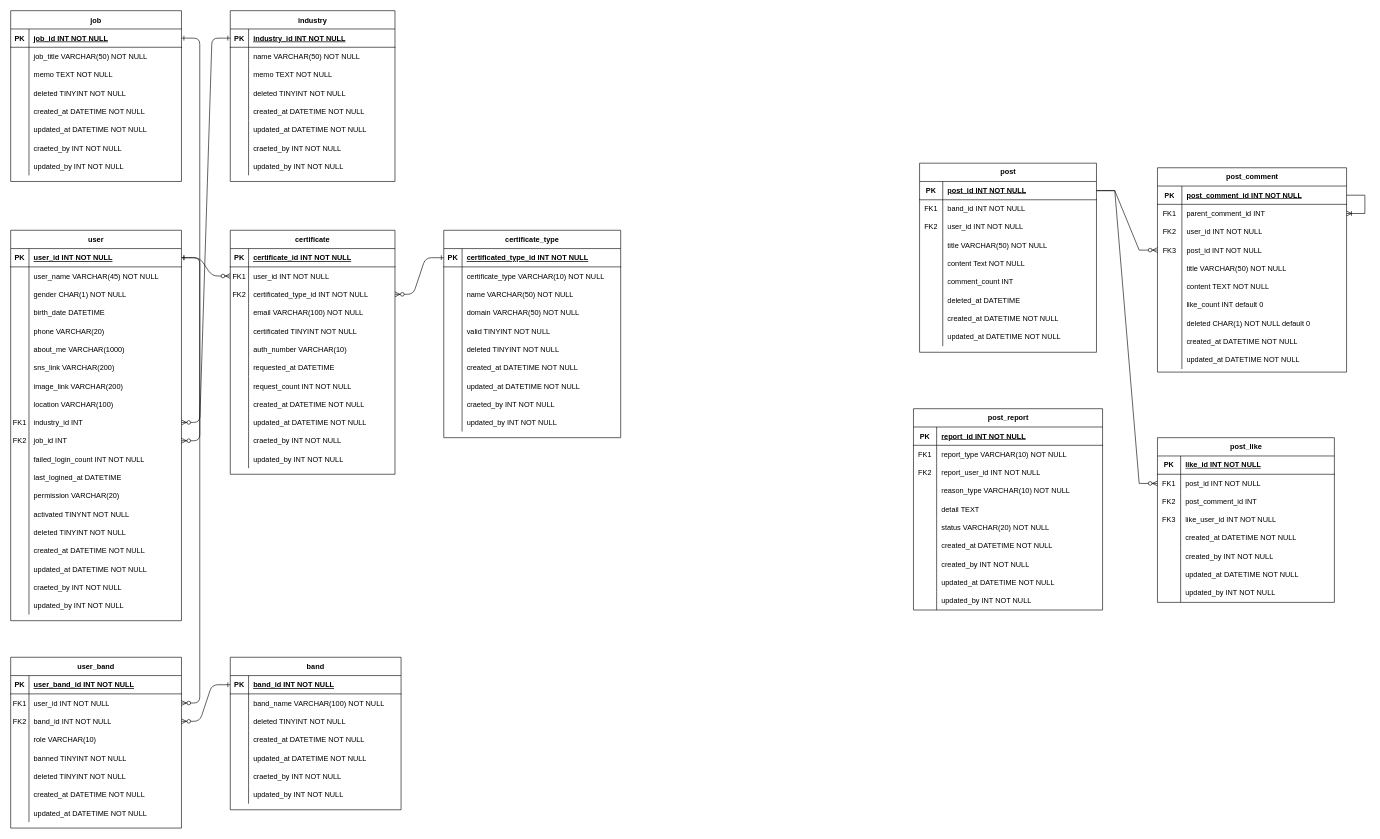
Peer-Band/Peer-Band-DB keeps this draw.io diagram as ERD.drawio. Above is the earlier version. Source tidied: cells renumbered, new cells numbered last; positions are measured from the earlier drawing's top-left corner, leaving out a move shared by most shapes. Both pictures are drawn from the tidied source at 61%, with x=0, y=0 at pixel (10, 10).
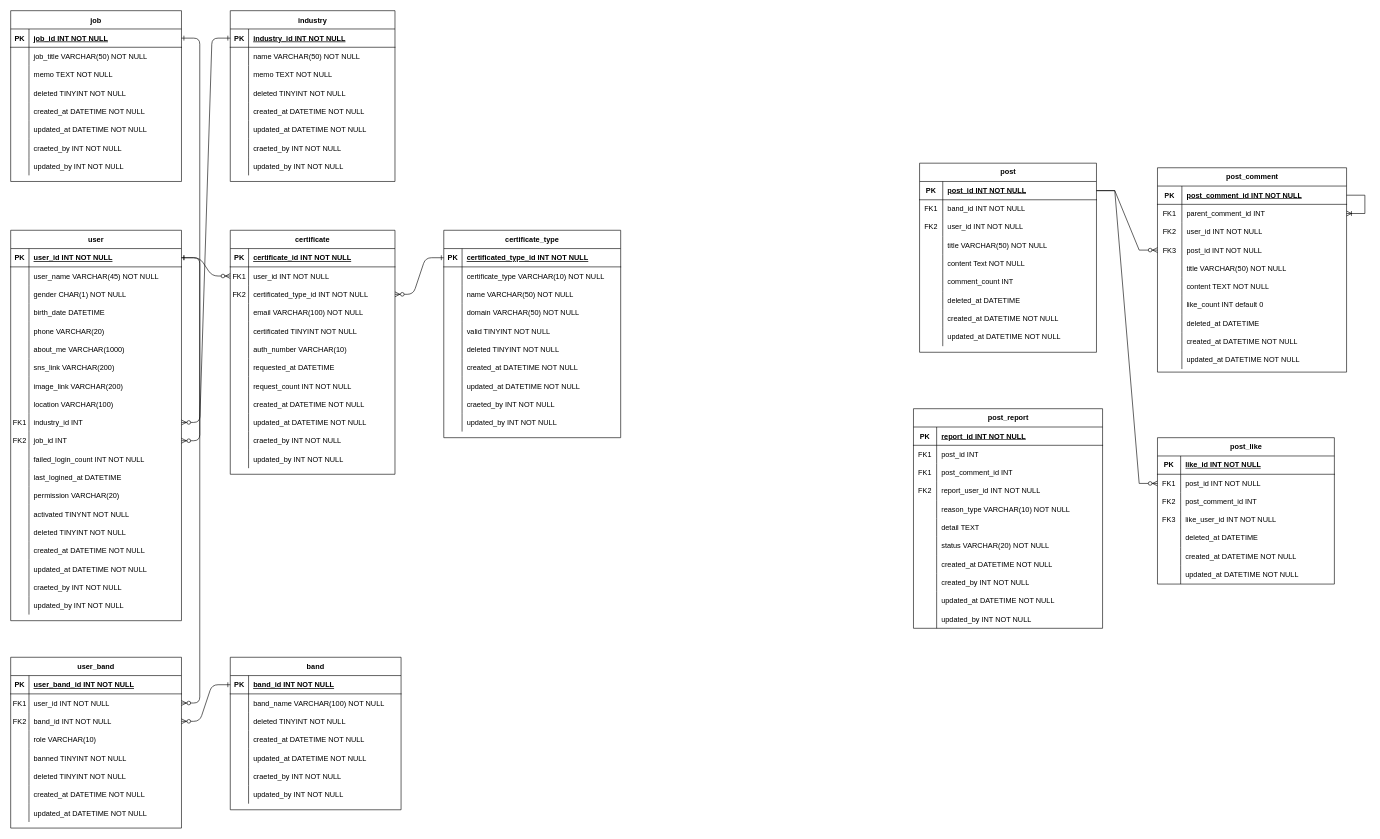
Above is the later version.

Unchanged cells that the change refers to:
```xml
<mxCell id="233" style="shape=tableRow;horizontal=0;startSize=0;swimlaneHead=0;swimlaneBody=0;fillColor=none;top=0;left=0;right=0;bottom=0;" parent="211" vertex="1">
  <mxGeometry y="240" width="310" height="30" as="geometry" />
</mxCell>
<mxCell id="248" style="shape=tableRow;horizontal=0;startSize=0;swimlaneHead=0;swimlaneBody=0;fillColor=none;top=0;left=0;right=0;bottom=0;" parent="244" vertex="1">
  <mxGeometry y="60" width="310" height="30" as="geometry" />
</mxCell>
<mxCell id="288" style="shape=tableRow;horizontal=0;startSize=0;swimlaneHead=0;swimlaneBody=0;fillColor=none;top=0;left=0;right=0;bottom=0;" parent="275" vertex="1">
  <mxGeometry y="150" width="290" height="30" as="geometry" />
</mxCell>
<mxCell id="291" style="shape=tableRow;horizontal=0;startSize=0;swimlaneHead=0;swimlaneBody=0;fillColor=none;top=0;left=0;right=0;bottom=0;" parent="275" vertex="1">
  <mxGeometry y="180" width="290" height="30" as="geometry" />
</mxCell>
```

What changed in the source:
```diff
@@
-    <mxCell id="235" value="deleted&amp;nbsp;CHAR(1) NOT NULL default 0" style="shape=partialRectangle;fillColor=none;top=0;left=0;bottom=0;right=0;align=left;spacingLeft=6;overflow=hidden;whiteSpace=wrap;html=1;" parent="233" vertex="1">
+    <mxCell id="235" value="deleted_at DATETIME" style="shape=partialRectangle;fillColor=none;top=0;left=0;bottom=0;right=0;align=left;spacingLeft=6;overflow=hidden;whiteSpace=wrap;html=1;" parent="233" vertex="1">
       <mxGeometry x="40" width="270" height="30" as="geometry" />
     </mxCell>
@@
     <mxCell id="244" value="post_report" style="shape=table;startSize=30;childLayout=tableLayout;rowLines=0;fontStyle=1;align=center;html=1;" parent="1" vertex="1">
-      <mxGeometry x="1480" y="652.5" width="310" height="330" as="geometry" />
+      <mxGeometry x="1480" y="652.5" width="310" height="360" as="geometry" />
     </mxCell>
@@
-    <mxCell id="250" value="report_type VARCHAR(10) NOT NULL" style="shape=partialRectangle;fillColor=none;top=0;left=0;bottom=0;right=0;align=left;spacingLeft=6;overflow=hidden;whiteSpace=wrap;html=1;" parent="248" vertex="1">
+    <mxCell id="250" value="post_id INT" style="shape=partialRectangle;fillColor=none;top=0;left=0;bottom=0;right=0;align=left;spacingLeft=6;overflow=hidden;whiteSpace=wrap;html=1;" parent="248" vertex="1">
       <mxGeometry x="38" width="272" height="30" as="geometry" />
     </mxCell>
+    <mxCell id="352" style="shape=tableRow;horizontal=0;startSize=0;swimlaneHead=0;swimlaneBody=0;fillColor=none;top=0;left=0;right=0;bottom=0;" parent="244" vertex="1">
+      <mxGeometry y="90" width="310" height="30" as="geometry" />
+    </mxCell>
+    <mxCell id="353" value="FK1" style="shape=partialRectangle;fillColor=none;top=0;left=0;bottom=0;right=0;overflow=hidden;whiteSpace=wrap;html=1;" parent="352" vertex="1">
+      <mxGeometry width="38" height="30" as="geometry" />
+    </mxCell>
+    <mxCell id="354" value="post_comment_id INT" style="shape=partialRectangle;fillColor=none;top=0;left=0;bottom=0;right=0;align=left;spacingLeft=6;overflow=hidden;whiteSpace=wrap;html=1;" parent="352" vertex="1">
+      <mxGeometry x="38" width="272" height="30" as="geometry" />
+    </mxCell>
     <mxCell id="251" style="shape=tableRow;horizontal=0;startSize=0;swimlaneHead=0;swimlaneBody=0;fillColor=none;top=0;left=0;right=0;bottom=0;" parent="244" vertex="1">
-      <mxGeometry y="90" width="310" height="30" as="geometry" />
+      <mxGeometry y="120" width="310" height="30" as="geometry" />
     </mxCell>
@@
     <mxCell id="254" style="shape=tableRow;horizontal=0;startSize=0;swimlaneHead=0;swimlaneBody=0;fillColor=none;top=0;left=0;right=0;bottom=0;" parent="244" vertex="1">
-      <mxGeometry y="120" width="310" height="30" as="geometry" />
+      <mxGeometry y="150" width="310" height="30" as="geometry" />
     </mxCell>
@@
     <mxCell id="257" style="shape=tableRow;horizontal=0;startSize=0;swimlaneHead=0;swimlaneBody=0;fillColor=none;top=0;left=0;right=0;bottom=0;" parent="244" vertex="1">
-      <mxGeometry y="150" width="310" height="30" as="geometry" />
+      <mxGeometry y="180" width="310" height="30" as="geometry" />
     </mxCell>
@@
     <mxCell id="260" style="shape=tableRow;horizontal=0;startSize=0;swimlaneHead=0;swimlaneBody=0;fillColor=none;top=0;left=0;right=0;bottom=0;" parent="244" vertex="1">
-      <mxGeometry y="180" width="310" height="30" as="geometry" />
+      <mxGeometry y="210" width="310" height="30" as="geometry" />
     </mxCell>
@@
     <mxCell id="263" style="shape=tableRow;horizontal=0;startSize=0;swimlaneHead=0;swimlaneBody=0;fillColor=none;top=0;left=0;right=0;bottom=0;" parent="244" vertex="1">
-      <mxGeometry y="210" width="310" height="30" as="geometry" />
+      <mxGeometry y="240" width="310" height="30" as="geometry" />
     </mxCell>
@@
     <mxCell id="266" style="shape=tableRow;horizontal=0;startSize=0;swimlaneHead=0;swimlaneBody=0;fillColor=none;top=0;left=0;right=0;bottom=0;" parent="244" vertex="1">
-      <mxGeometry y="240" width="310" height="30" as="geometry" />
+      <mxGeometry y="270" width="310" height="30" as="geometry" />
     </mxCell>
@@
     <mxCell id="269" style="shape=tableRow;horizontal=0;startSize=0;swimlaneHead=0;swimlaneBody=0;fillColor=none;top=0;left=0;right=0;bottom=0;" parent="244" vertex="1">
-      <mxGeometry y="270" width="310" height="30" as="geometry" />
+      <mxGeometry y="300" width="310" height="30" as="geometry" />
     </mxCell>
@@
     <mxCell id="272" style="shape=tableRow;horizontal=0;startSize=0;swimlaneHead=0;swimlaneBody=0;fillColor=none;top=0;left=0;right=0;bottom=0;" parent="244" vertex="1">
-      <mxGeometry y="300" width="310" height="30" as="geometry" />
+      <mxGeometry y="330" width="310" height="30" as="geometry" />
     </mxCell>
@@
     <mxCell id="275" value="post_like" style="shape=table;startSize=30;childLayout=tableLayout;rowLines=0;fontStyle=1;align=center;html=1;" parent="1" vertex="1">
-      <mxGeometry x="1880" y="700" width="290" height="270" as="geometry" />
+      <mxGeometry x="1880" y="700" width="290" height="240" as="geometry" />
     </mxCell>
@@
-    <mxCell id="290" value="created_at DATETIME NOT NULL" style="shape=partialRectangle;fillColor=none;top=0;left=0;bottom=0;right=0;align=left;spacingLeft=6;overflow=hidden;whiteSpace=wrap;html=1;" parent="288" vertex="1">
+    <mxCell id="290" value="deleted_at DATETIME" style="shape=partialRectangle;fillColor=none;top=0;left=0;bottom=0;right=0;align=left;spacingLeft=6;overflow=hidden;whiteSpace=wrap;html=1;" parent="288" vertex="1">
       <mxGeometry x="38" width="252" height="30" as="geometry" />
     </mxCell>
@@
-    <mxCell id="292" style="shape=partialRectangle;fillColor=none;top=0;left=0;bottom=0;right=0;overflow=hidden;whiteSpace=wrap;html=1;" parent="291" vertex="1">
-      <mxGeometry width="38" height="30" as="geometry" />
-    </mxCell>
-    <mxCell id="293" value="created_by INT NOT NULL" style="shape=partialRectangle;fillColor=none;top=0;left=0;bottom=0;right=0;align=left;spacingLeft=6;overflow=hidden;whiteSpace=wrap;html=1;" parent="291" vertex="1">
-      <mxGeometry x="38" width="252" height="30" as="geometry" />
-    </mxCell>
+    <mxCell id="355" style="shape=partialRectangle;fillColor=none;top=0;left=0;bottom=0;right=0;overflow=hidden;whiteSpace=wrap;html=1;" parent="291" vertex="1">
+      <mxGeometry width="38" height="30" as="geometry" />
+    </mxCell>
+    <mxCell id="356" value="created_at DATETIME NOT NULL" style="shape=partialRectangle;fillColor=none;top=0;left=0;bottom=0;right=0;align=left;spacingLeft=6;overflow=hidden;whiteSpace=wrap;html=1;" parent="291" vertex="1">
+      <mxGeometry x="38" width="252" height="30" as="geometry" />
+    </mxCell>
@@
-    <mxCell id="297" style="shape=tableRow;horizontal=0;startSize=0;swimlaneHead=0;swimlaneBody=0;fillColor=none;top=0;left=0;right=0;bottom=0;" parent="275" vertex="1">
-      <mxGeometry y="240" width="290" height="30" as="geometry" />
-    </mxCell>
-    <mxCell id="298" style="shape=partialRectangle;fillColor=none;top=0;left=0;bottom=0;right=0;overflow=hidden;whiteSpace=wrap;html=1;" parent="297" vertex="1">
-      <mxGeometry width="38" height="30" as="geometry" />
-    </mxCell>
-    <mxCell id="299" value="updated_by INT NOT NULL" style="shape=partialRectangle;fillColor=none;top=0;left=0;bottom=0;right=0;align=left;spacingLeft=6;overflow=hidden;whiteSpace=wrap;html=1;" parent="297" vertex="1">
-      <mxGeometry x="38" width="252" height="30" as="geometry" />
-    </mxCell>
```
